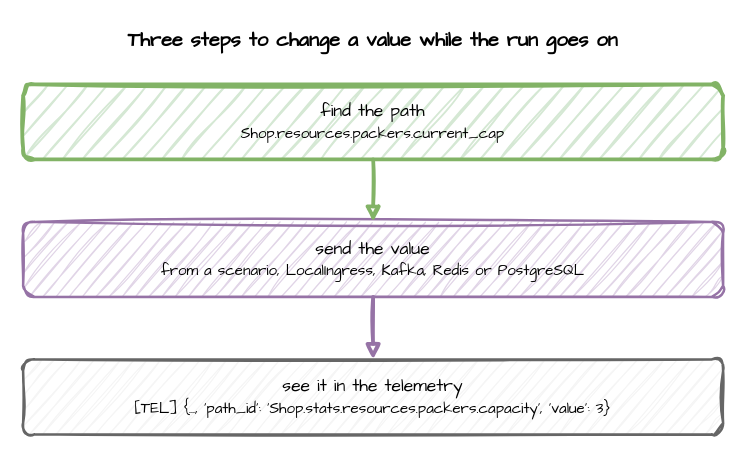
This is docs/assets/diagrams/live-change-steps.drawio from jaehyeon-kim/desflow, a draw.io file, before an edit. Source tidied: cells renumbered, new cells numbered last; positions are measured from the earlier drawing's top-left corner, leaving out a move shared by most shapes. Both pictures are drawn from the tidied source at 125%, with x=0, y=0 at pixel (22, 21).
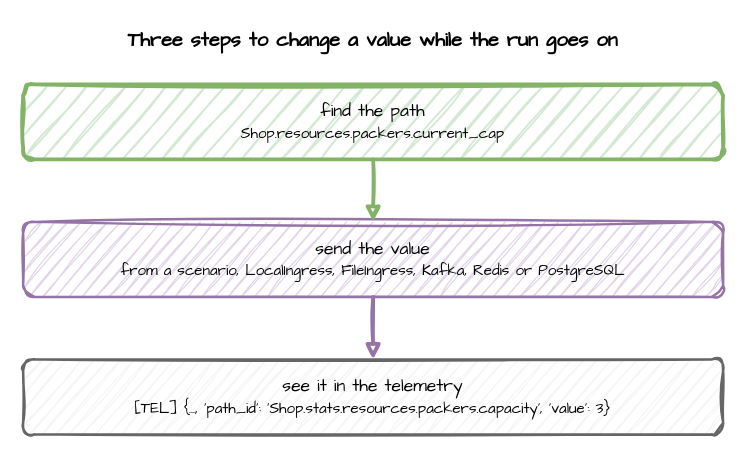
The same diagram, later.

What changed in the source:
```diff
@@
 <mxGraphModel>
   <root>
     <mxCell id="0" />
     <mxCell id="1" parent="0" />
     <mxCell id="2" value="Three steps to change a value while the run goes on" style="text;html=1;align=center;verticalAlign=middle;whiteSpace=wrap;fontFamily=Comic Sans MS;fontSize=16;fontStyle=1;" parent="1" vertex="1">
       <mxGeometry width="560" height="30" as="geometry" />
     </mxCell>
     <mxCell id="3" value="find the path&lt;br&gt;&lt;font style='font-size:12px'&gt;Shop.resources.packers.current_cap&lt;/font&gt;" style="rounded=1;whiteSpace=wrap;html=1;sketch=1;curveFitting=1;jiggle=2;fontFamily=Comic Sans MS;fontSize=14;fillColor=#d5e8d4;strokeColor=#82b366;strokeWidth=3;" parent="1" vertex="1">
       <mxGeometry y="50" width="560" height="60" as="geometry" />
     </mxCell>
-    <mxCell id="4" value="send the value&lt;br&gt;&lt;font style='font-size:12px'&gt;from a scenario, LocalIngress, Kafka, Redis or PostgreSQL&lt;/font&gt;" style="rounded=1;whiteSpace=wrap;html=1;sketch=1;curveFitting=1;jiggle=2;fontFamily=Comic Sans MS;fontSize=14;fillColor=#e1d5e7;strokeColor=#9673a6;strokeWidth=2;" parent="1" vertex="1">
+    <mxCell id="4" value="send the value&lt;br&gt;&lt;font style='font-size:12px'&gt;from a scenario, LocalIngress, FileIngress, Kafka, Redis or PostgreSQL&lt;/font&gt;" style="rounded=1;whiteSpace=wrap;html=1;sketch=1;curveFitting=1;jiggle=2;fontFamily=Comic Sans MS;fontSize=14;fillColor=#e1d5e7;strokeColor=#9673a6;strokeWidth=2;" parent="1" vertex="1">
       <mxGeometry y="160" width="560" height="60" as="geometry" />
     </mxCell>
     <mxCell id="5" value="see it in the telemetry&lt;br&gt;&lt;font style='font-size:12px'&gt;[TEL] {..., 'path_id': 'Shop.stats.resources.packers.capacity', 'value': 3}&lt;/font&gt;" style="rounded=1;whiteSpace=wrap;html=1;sketch=1;curveFitting=1;jiggle=2;fontFamily=Comic Sans MS;fontSize=14;fillColor=#f5f5f5;strokeColor=#666666;strokeWidth=2;" parent="1" vertex="1">
       <mxGeometry y="270" width="560" height="60" as="geometry" />
     </mxCell>
     <mxCell id="6" style="edgeStyle=orthogonalEdgeStyle;rounded=0;sketch=1;html=1;strokeWidth=3;endArrow=block;strokeColor=#82b366;fontFamily=Comic Sans MS;fontSize=13;labelBackgroundColor=#ffffff;exitX=0.5;exitY=1;exitDx=0;exitDy=0;entryX=0.5;entryY=0;entryDx=0;entryDy=0;" parent="1" edge="1" source="3" target="4">
       <mxGeometry relative="1" as="geometry" />
     </mxCell>
     <mxCell id="7" style="edgeStyle=orthogonalEdgeStyle;rounded=0;sketch=1;html=1;strokeWidth=3;endArrow=block;strokeColor=#9673a6;fontFamily=Comic Sans MS;fontSize=13;labelBackgroundColor=#ffffff;exitX=0.5;exitY=1;exitDx=0;exitDy=0;entryX=0.5;entryY=0;entryDx=0;entryDy=0;" parent="1" edge="1" source="4" target="5">
       <mxGeometry relative="1" as="geometry" />
     </mxCell>
   </root>
 </mxGraphModel>
```
